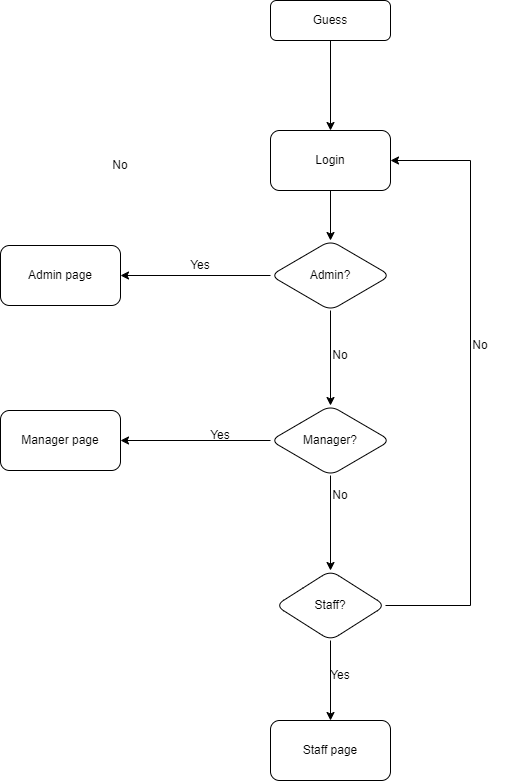
hieuvau198/SWP-Jewelry-Sales-System keeps this draw.io diagram as doc/Flowchart.png. Above is the earlier version. Source tidied: cells renumbered, new cells last; positions are measured from the earlier drawing's top-left corner, leaving out a move shared by most shapes. Source of this version:
```xml
<mxGraphModel>
  <root>
    <mxCell id="0" />
    <mxCell id="1" parent="0" />
    <mxCell id="2" style="edgeStyle=orthogonalEdgeStyle;rounded=0;jettySize=auto;html=1;exitX=0.5;exitY=1;exitDx=0;exitDy=0;" parent="1" edge="1" source="3" target="5">
      <mxGeometry relative="1" as="geometry" />
    </mxCell>
    <mxCell id="3" value="Guess" style="rounded=1;whiteSpace=wrap;html=1;fontSize=12;glass=0;strokeWidth=1;shadow=0;" parent="1" vertex="1">
      <mxGeometry x="270" width="120" height="40" as="geometry" />
    </mxCell>
    <mxCell id="4" style="edgeStyle=orthogonalEdgeStyle;rounded=0;jettySize=auto;html=1;" parent="1" edge="1" source="5" target="13">
      <mxGeometry relative="1" as="geometry" />
    </mxCell>
    <mxCell id="5" value="Login" style="rounded=1;whiteSpace=wrap;html=1;" parent="1" vertex="1">
      <mxGeometry x="270" y="130" width="120" height="60" as="geometry" />
    </mxCell>
    <mxCell id="6" value="No" style="text;html=1;align=center;verticalAlign=middle;whiteSpace=wrap;rounded=0;rotation=0;" parent="1" vertex="1">
      <mxGeometry x="310" y="340" width="60" height="30" as="geometry" />
    </mxCell>
    <mxCell id="7" value="Yes" style="text;html=1;align=center;verticalAlign=middle;whiteSpace=wrap;rounded=0;rotation=0;" parent="1" vertex="1">
      <mxGeometry x="170" y="250" width="60" height="30" as="geometry" />
    </mxCell>
    <mxCell id="8" value="No" style="text;html=1;align=center;verticalAlign=middle;whiteSpace=wrap;rounded=0;" parent="1" vertex="1">
      <mxGeometry x="310" y="480" width="60" height="30" as="geometry" />
    </mxCell>
    <mxCell id="9" value="No" style="text;html=1;align=center;verticalAlign=middle;whiteSpace=wrap;rounded=0;" parent="1" vertex="1">
      <mxGeometry x="90" y="150" width="60" height="30" as="geometry" />
    </mxCell>
    <mxCell id="10" value="Yes" style="text;html=1;align=center;verticalAlign=middle;whiteSpace=wrap;rounded=0;rotation=0;" parent="1" vertex="1">
      <mxGeometry x="190" y="420" width="60" height="30" as="geometry" />
    </mxCell>
    <mxCell id="11" style="edgeStyle=orthogonalEdgeStyle;rounded=0;jettySize=auto;html=1;" parent="1" edge="1" source="13" target="14">
      <mxGeometry relative="1" as="geometry" />
    </mxCell>
    <mxCell id="12" style="edgeStyle=orthogonalEdgeStyle;rounded=0;jettySize=auto;html=1;" parent="1" edge="1" source="13" target="17">
      <mxGeometry relative="1" as="geometry" />
    </mxCell>
    <mxCell id="13" value="Admin?" style="rhombus;whiteSpace=wrap;html=1;rounded=1;" parent="1" vertex="1">
      <mxGeometry x="270" y="240" width="120" height="70" as="geometry" />
    </mxCell>
    <mxCell id="14" value="Admin page" style="rounded=1;whiteSpace=wrap;html=1;" parent="1" vertex="1">
      <mxGeometry y="245" width="120" height="60" as="geometry" />
    </mxCell>
    <mxCell id="15" style="edgeStyle=orthogonalEdgeStyle;rounded=0;jettySize=auto;html=1;" parent="1" edge="1" source="17" target="18">
      <mxGeometry relative="1" as="geometry" />
    </mxCell>
    <mxCell id="16" style="edgeStyle=orthogonalEdgeStyle;rounded=0;jettySize=auto;html=1;" parent="1" edge="1" source="17" target="21">
      <mxGeometry relative="1" as="geometry" />
    </mxCell>
    <mxCell id="17" value="Manager?" style="rhombus;whiteSpace=wrap;html=1;rounded=1;" parent="1" vertex="1">
      <mxGeometry x="270" y="405" width="120" height="70" as="geometry" />
    </mxCell>
    <mxCell id="18" value="Manager page" style="whiteSpace=wrap;html=1;rounded=1;" parent="1" vertex="1">
      <mxGeometry y="410" width="120" height="60" as="geometry" />
    </mxCell>
    <mxCell id="19" style="edgeStyle=orthogonalEdgeStyle;rounded=0;jettySize=auto;html=1;" parent="1" edge="1" source="21" target="22">
      <mxGeometry relative="1" as="geometry" />
    </mxCell>
    <mxCell id="20" style="edgeStyle=orthogonalEdgeStyle;rounded=0;jettySize=auto;html=1;exitX=1;exitY=0.5;exitDx=0;exitDy=0;entryX=1;entryY=0.5;entryDx=0;entryDy=0;" parent="1" edge="1" source="21" target="5">
      <mxGeometry relative="1" as="geometry">
        <Array as="points">
          <mxPoint x="470" y="605" />
          <mxPoint x="470" y="160" />
        </Array>
      </mxGeometry>
    </mxCell>
    <mxCell id="21" value="Staff?" style="rhombus;whiteSpace=wrap;html=1;rounded=1;" parent="1" vertex="1">
      <mxGeometry x="275" y="570" width="110" height="70" as="geometry" />
    </mxCell>
    <mxCell id="22" value="Staff page" style="whiteSpace=wrap;html=1;rounded=1;" parent="1" vertex="1">
      <mxGeometry x="270" y="720" width="120" height="60" as="geometry" />
    </mxCell>
    <mxCell id="23" value="Yes" style="text;html=1;align=center;verticalAlign=middle;whiteSpace=wrap;rounded=0;rotation=0;" parent="1" vertex="1">
      <mxGeometry x="310" y="660" width="60" height="30" as="geometry" />
    </mxCell>
    <mxCell id="24" value="No" style="text;html=1;align=center;verticalAlign=middle;whiteSpace=wrap;rounded=0;rotation=0;" parent="1" vertex="1">
      <mxGeometry x="450" y="330" width="60" height="30" as="geometry" />
    </mxCell>
  </root>
</mxGraphModel>
```
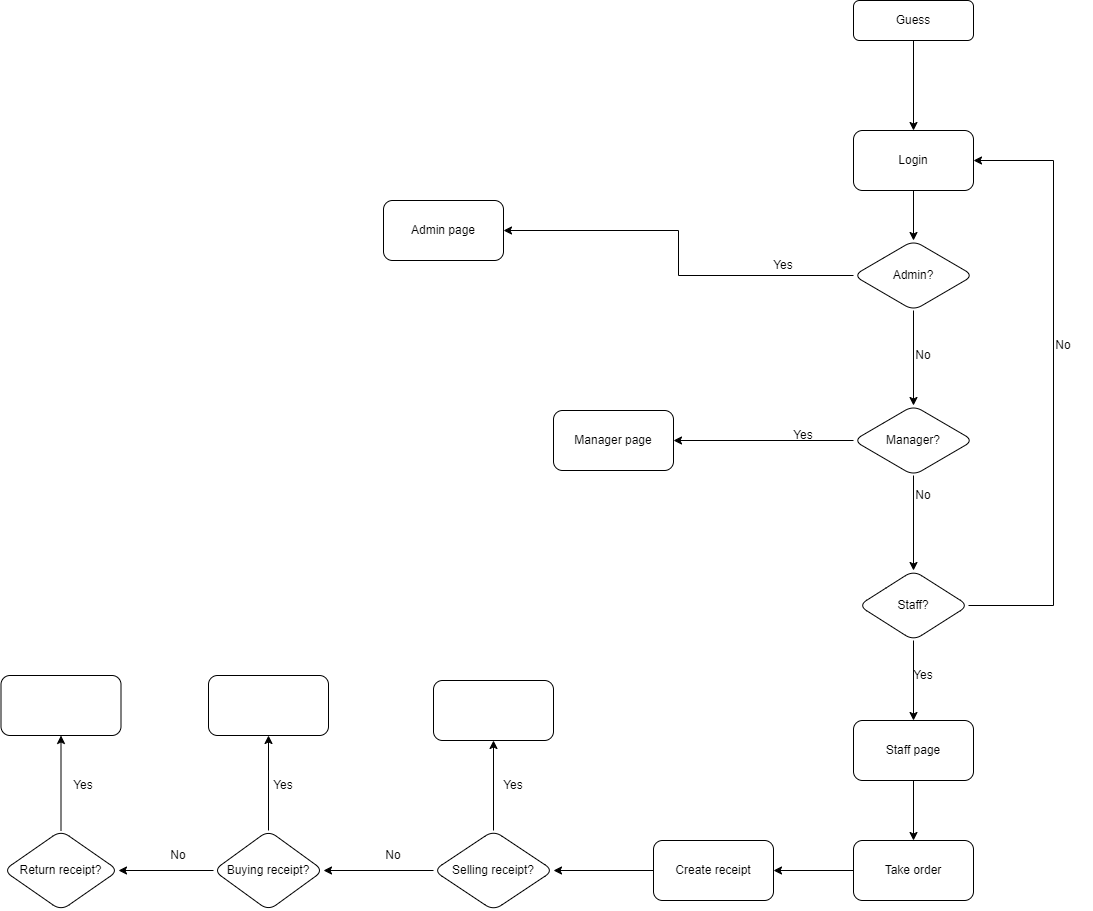
Later version of the same file.

What changed in the source:
```diff
@@ -24,7 +24,7 @@
       <mxGeometry x="310" y="480" width="60" height="30" as="geometry" />
     </mxCell>
     <mxCell id="9" value="No" style="text;html=1;align=center;verticalAlign=middle;whiteSpace=wrap;rounded=0;" parent="1" vertex="1">
-      <mxGeometry x="90" y="150" width="60" height="30" as="geometry" />
+      <mxGeometry x="-220" y="840" width="60" height="30" as="geometry" />
     </mxCell>
     <mxCell id="10" value="Yes" style="text;html=1;align=center;verticalAlign=middle;whiteSpace=wrap;rounded=0;rotation=0;" parent="1" vertex="1">
       <mxGeometry x="190" y="420" width="60" height="30" as="geometry" />
@@ -39,7 +39,7 @@
       <mxGeometry x="270" y="240" width="120" height="70" as="geometry" />
     </mxCell>
     <mxCell id="14" value="Admin page" style="rounded=1;whiteSpace=wrap;html=1;" parent="1" vertex="1">
-      <mxGeometry y="245" width="120" height="60" as="geometry" />
+      <mxGeometry x="-200" y="200" width="120" height="60" as="geometry" />
     </mxCell>
     <mxCell id="15" style="edgeStyle=orthogonalEdgeStyle;rounded=0;jettySize=auto;html=1;" parent="1" edge="1" source="17" target="18">
       <mxGeometry relative="1" as="geometry" />
@@ -51,7 +51,7 @@
       <mxGeometry x="270" y="405" width="120" height="70" as="geometry" />
     </mxCell>
     <mxCell id="18" value="Manager page" style="whiteSpace=wrap;html=1;rounded=1;" parent="1" vertex="1">
-      <mxGeometry y="410" width="120" height="60" as="geometry" />
+      <mxGeometry x="-30" y="410" width="120" height="60" as="geometry" />
     </mxCell>
     <mxCell id="19" style="edgeStyle=orthogonalEdgeStyle;rounded=0;jettySize=auto;html=1;" parent="1" edge="1" source="21" target="22">
       <mxGeometry relative="1" as="geometry" />
@@ -67,6 +67,9 @@
     <mxCell id="21" value="Staff?" style="rhombus;whiteSpace=wrap;html=1;rounded=1;" parent="1" vertex="1">
       <mxGeometry x="275" y="570" width="110" height="70" as="geometry" />
     </mxCell>
+    <mxCell id="25" style="edgeStyle=orthogonalEdgeStyle;rounded=0;jettySize=auto;html=1;exitX=0.5;exitY=1;exitDx=0;exitDy=0;" parent="1" edge="1" source="22" target="27">
+      <mxGeometry relative="1" as="geometry" />
+    </mxCell>
     <mxCell id="22" value="Staff page" style="whiteSpace=wrap;html=1;rounded=1;" parent="1" vertex="1">
       <mxGeometry x="270" y="720" width="120" height="60" as="geometry" />
     </mxCell>
@@ -76,5 +79,62 @@
     <mxCell id="24" value="No" style="text;html=1;align=center;verticalAlign=middle;whiteSpace=wrap;rounded=0;rotation=0;" parent="1" vertex="1">
       <mxGeometry x="450" y="330" width="60" height="30" as="geometry" />
     </mxCell>
+    <mxCell id="26" style="edgeStyle=orthogonalEdgeStyle;rounded=0;jettySize=auto;html=1;" parent="1" edge="1" source="27" target="29">
+      <mxGeometry relative="1" as="geometry" />
+    </mxCell>
+    <mxCell id="27" value="Take order" style="rounded=1;whiteSpace=wrap;html=1;" parent="1" vertex="1">
+      <mxGeometry x="270" y="840" width="120" height="60" as="geometry" />
+    </mxCell>
+    <mxCell id="28" style="edgeStyle=orthogonalEdgeStyle;rounded=0;jettySize=auto;html=1;" parent="1" edge="1" source="29" target="32">
+      <mxGeometry relative="1" as="geometry" />
+    </mxCell>
+    <mxCell id="29" value="Create receipt" style="whiteSpace=wrap;html=1;rounded=1;" parent="1" vertex="1">
+      <mxGeometry x="70" y="840" width="120" height="60" as="geometry" />
+    </mxCell>
+    <mxCell id="30" style="edgeStyle=orthogonalEdgeStyle;rounded=0;jettySize=auto;html=1;" parent="1" edge="1" source="32" target="33">
+      <mxGeometry relative="1" as="geometry" />
+    </mxCell>
+    <mxCell id="31" style="edgeStyle=orthogonalEdgeStyle;rounded=0;jettySize=auto;html=1;" parent="1" edge="1" source="32" target="36">
+      <mxGeometry relative="1" as="geometry" />
+    </mxCell>
+    <mxCell id="32" value="Selling receipt?" style="rhombus;whiteSpace=wrap;html=1;rounded=1;" parent="1" vertex="1">
+      <mxGeometry x="-150" y="830" width="120" height="80" as="geometry" />
+    </mxCell>
+    <mxCell id="33" style="whiteSpace=wrap;html=1;rounded=1;" parent="1" vertex="1">
+      <mxGeometry x="-150" y="680" width="120" height="60" as="geometry" />
+    </mxCell>
+    <mxCell id="34" value="Yes" style="text;html=1;align=center;verticalAlign=middle;whiteSpace=wrap;rounded=0;rotation=0;" parent="1" vertex="1">
+      <mxGeometry x="-100" y="770" width="60" height="30" as="geometry" />
+    </mxCell>
+    <mxCell id="35" style="edgeStyle=orthogonalEdgeStyle;rounded=0;jettySize=auto;html=1;" parent="1" edge="1" source="36" target="40">
+      <mxGeometry relative="1" as="geometry" />
+    </mxCell>
+    <mxCell id="36" value="Buying receipt?" style="rhombus;whiteSpace=wrap;html=1;rounded=1;" parent="1" vertex="1">
+      <mxGeometry x="-370" y="830" width="110" height="80" as="geometry" />
+    </mxCell>
+    <mxCell id="37" style="edgeStyle=orthogonalEdgeStyle;rounded=0;jettySize=auto;html=1;exitX=0.5;exitY=0;exitDx=0;exitDy=0;" parent="1" edge="1" source="36" target="38">
+      <mxGeometry relative="1" as="geometry" />
+    </mxCell>
+    <mxCell id="38" style="whiteSpace=wrap;html=1;rounded=1;" parent="1" vertex="1">
+      <mxGeometry x="-375" y="675" width="120" height="60" as="geometry" />
+    </mxCell>
+    <mxCell id="39" value="Yes" style="text;html=1;align=center;verticalAlign=middle;whiteSpace=wrap;rounded=0;rotation=0;" parent="1" vertex="1">
+      <mxGeometry x="-330" y="770" width="60" height="30" as="geometry" />
+    </mxCell>
+    <mxCell id="40" value="Return receipt?" style="rhombus;whiteSpace=wrap;html=1;rounded=1;" parent="1" vertex="1">
+      <mxGeometry x="-580" y="830" width="115" height="80" as="geometry" />
+    </mxCell>
+    <mxCell id="41" value="No" style="text;html=1;align=center;verticalAlign=middle;whiteSpace=wrap;rounded=0;" parent="1" vertex="1">
+      <mxGeometry x="-435" y="840" width="60" height="30" as="geometry" />
+    </mxCell>
+    <mxCell id="42" style="edgeStyle=orthogonalEdgeStyle;rounded=0;jettySize=auto;html=1;exitX=0.5;exitY=0;exitDx=0;exitDy=0;" parent="1" edge="1" source="40" target="43">
+      <mxGeometry relative="1" as="geometry" />
+    </mxCell>
+    <mxCell id="43" style="whiteSpace=wrap;html=1;rounded=1;" parent="1" vertex="1">
+      <mxGeometry x="-582.5" y="675" width="120" height="60" as="geometry" />
+    </mxCell>
+    <mxCell id="44" value="Yes" style="text;html=1;align=center;verticalAlign=middle;whiteSpace=wrap;rounded=0;rotation=0;" parent="1" vertex="1">
+      <mxGeometry x="-530" y="770" width="60" height="30" as="geometry" />
+    </mxCell>
   </root>
 </mxGraphModel>
```
